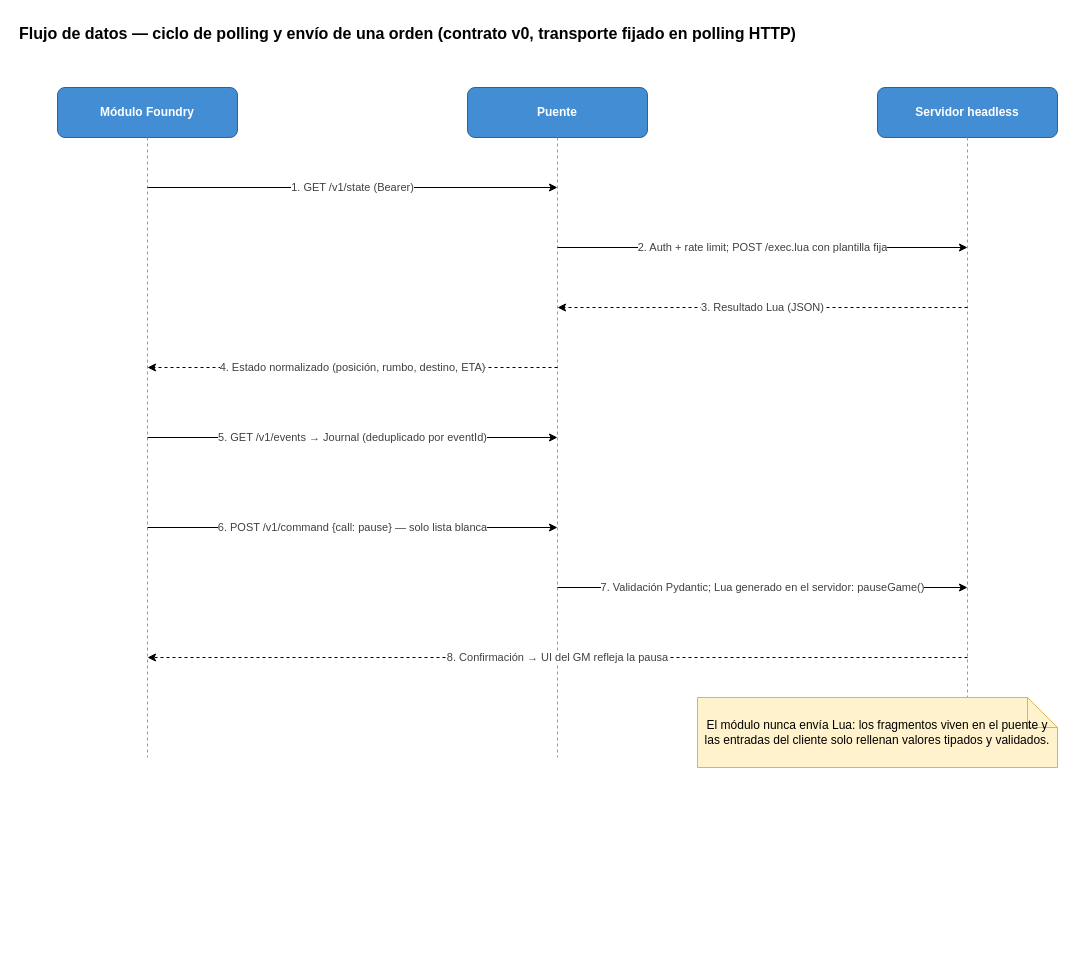
This is page "Flujo de datos" (4 of 4) of docs/assets/diagramas/arquitectura.drawio from EspacioKoop/espaciokooplagunak, a draw.io file, before an edit. Source tidied: cells renumbered, new cells numbered last; positions are measured from the earlier drawing's top-left corner, leaving out a move shared by most shapes. Both pictures are drawn from the tidied source at 100%, with x=0, y=0 at pixel (17, 17).
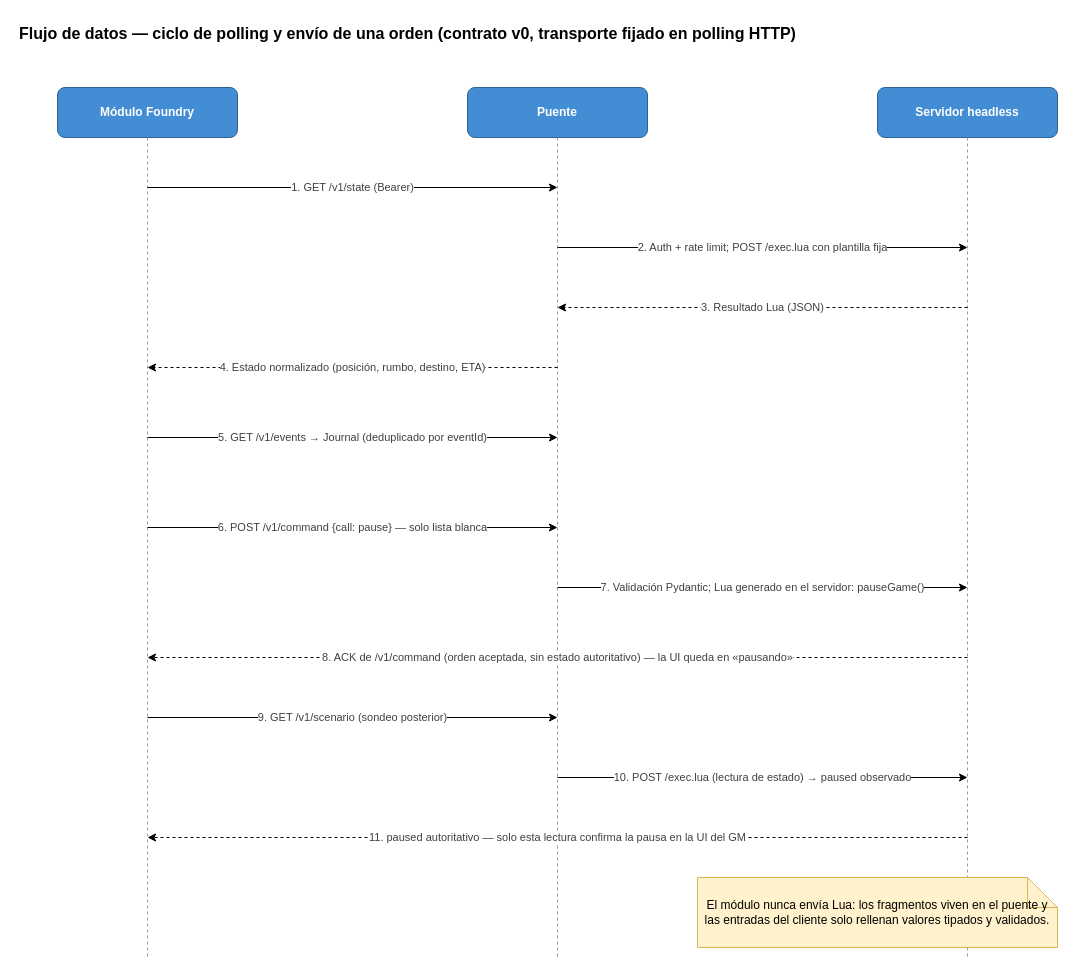
Above is the later version.

Commit message (it also covers changes not shown here):
docs: separar el ACK de /v1/command de la lectura autoritativa de /v1/scenario

En Mermaid y draw.io la secuencia terminaba en «confirmación → la UI
del GM refleja la pausa», fijando como válido el mismo cruce de capas
corregido en #144. Ahora el ACK solo indica orden aceptada y la UI
queda en «pausando»; un sondeo posterior de /v1/scenario aporta el
paused observado, única lectura que confirma la pausa.

Diff of the diagram source:
```diff
@@
     <mxCell id="6" style="endArrow=none;dashed=1;html=1;strokeColor=#999999;" parent="1" edge="1">
       <mxGeometry relative="1" as="geometry">
         <mxPoint x="130" y="120" as="sourcePoint" />
-        <mxPoint x="130" y="740" as="targetPoint" />
+        <mxPoint x="130" y="940" as="targetPoint" />
       </mxGeometry>
     </mxCell>
     <mxCell id="7" style="endArrow=none;dashed=1;html=1;strokeColor=#999999;" parent="1" edge="1">
       <mxGeometry relative="1" as="geometry">
         <mxPoint x="540" y="120" as="sourcePoint" />
-        <mxPoint x="540" y="740" as="targetPoint" />
+        <mxPoint x="540" y="940" as="targetPoint" />
       </mxGeometry>
     </mxCell>
     <mxCell id="8" style="endArrow=none;dashed=1;html=1;strokeColor=#999999;" parent="1" edge="1">
       <mxGeometry relative="1" as="geometry">
         <mxPoint x="950" y="120" as="sourcePoint" />
-        <mxPoint x="950" y="740" as="targetPoint" />
+        <mxPoint x="950" y="940" as="targetPoint" />
       </mxGeometry>
     </mxCell>
@@
-    <mxCell id="16" value="8. Confirmación → UI del GM refleja la pausa" style="html=1;dashed=1;fontColor=#404040;" parent="1" edge="1">
+    <mxCell id="16" value="8. ACK de /v1/command (orden aceptada, sin estado autoritativo) — la UI queda en «pausando»" style="html=1;dashed=1;fontColor=#404040;" parent="1" edge="1">
       <mxGeometry relative="1" as="geometry">
         <mxPoint x="950" y="640" as="sourcePoint" />
         <mxPoint x="130" y="640" as="targetPoint" />
       </mxGeometry>
     </mxCell>
+    <mxCell id="18" value="9. GET /v1/scenario (sondeo posterior)" style="html=1;fontColor=#404040;" parent="1" edge="1">
+      <mxGeometry relative="1" as="geometry">
+        <mxPoint x="130" y="700" as="sourcePoint" />
+        <mxPoint x="540" y="700" as="targetPoint" />
+      </mxGeometry>
+    </mxCell>
+    <mxCell id="19" value="10. POST /exec.lua (lectura de estado) → paused observado" style="html=1;fontColor=#404040;" parent="1" edge="1">
+      <mxGeometry relative="1" as="geometry">
+        <mxPoint x="540" y="760" as="sourcePoint" />
+        <mxPoint x="950" y="760" as="targetPoint" />
+      </mxGeometry>
+    </mxCell>
+    <mxCell id="20" value="11. paused autoritativo — solo esta lectura confirma la pausa en la UI del GM" style="html=1;dashed=1;fontColor=#404040;" parent="1" edge="1">
+      <mxGeometry relative="1" as="geometry">
+        <mxPoint x="950" y="820" as="sourcePoint" />
+        <mxPoint x="130" y="820" as="targetPoint" />
+      </mxGeometry>
+    </mxCell>
     <mxCell id="17" value="El módulo nunca envía Lua: los fragmentos viven en el puente y las entradas del cliente solo rellenan valores tipados y validados." style="shape=note;whiteSpace=wrap;html=1;backgroundOutline=1;fillColor=#FFF2CC;strokeColor=#D6B656;" parent="1" vertex="1">
-      <mxGeometry x="680" y="680" width="360" height="70" as="geometry" />
+      <mxGeometry x="680" y="860" width="360" height="70" as="geometry" />
     </mxCell>
```
